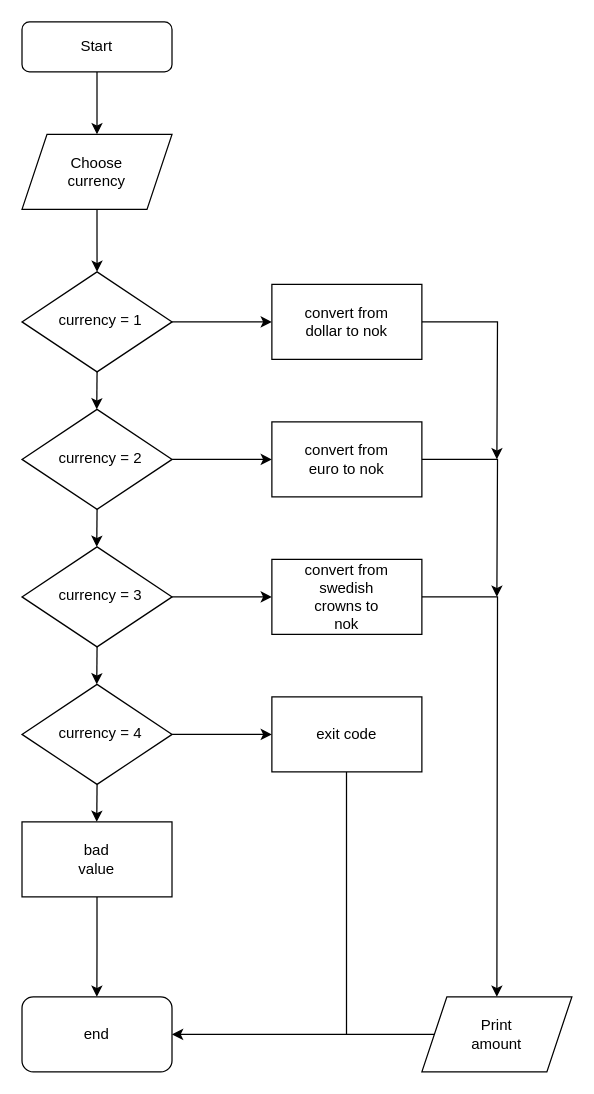
Before: Flow charts and class diagrams/Flowcharts/Currency flowchart.drawio in cakeplease/Java-homework, a draw.io diagram. Source tidied: cells renumbered, new cells numbered last; positions are measured from the earlier drawing's top-left corner, leaving out a move shared by most shapes. Both pictures are drawn from the tidied source at 125%, with x=0, y=0 at pixel (21, 21).
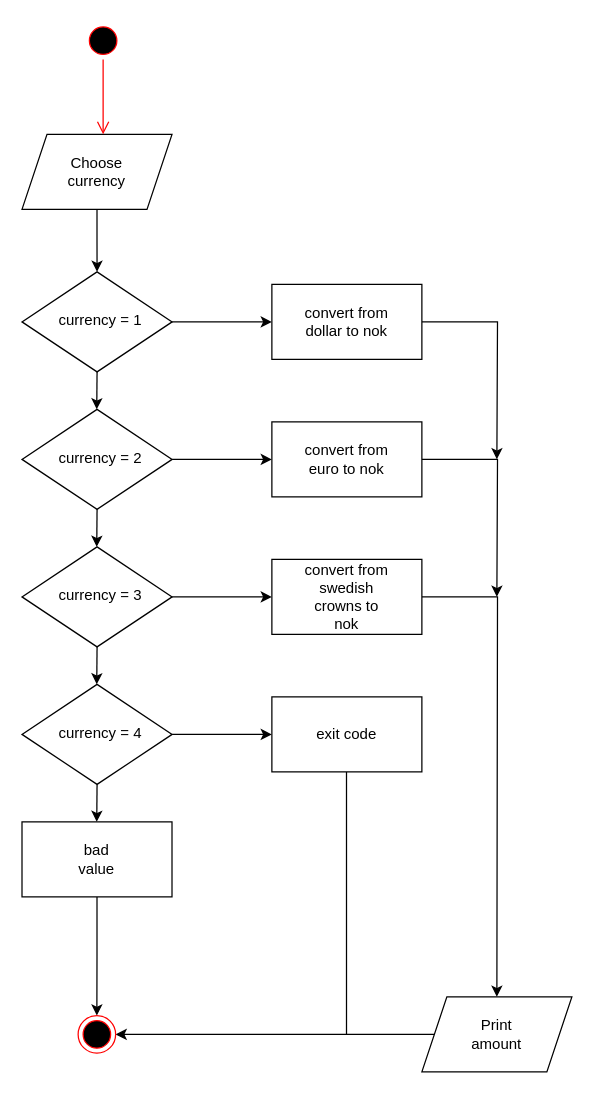
The same page after the edit.

The change refers to these unchanged cells:
```xml
<mxCell id="5" style="shape=parallelogram;perimeter=parallelogramPerimeter;whiteSpace=wrap;html=1;fixedSize=1;" parent="1" vertex="1">
  <mxGeometry x="0.1" y="90" width="120" height="60" as="geometry" />
</mxCell>
<mxCell id="35" style="rounded=0;whiteSpace=wrap;html=1;" parent="1" vertex="1">
  <mxGeometry x="0.1" y="640" width="120" height="60" as="geometry" />
</mxCell>
<mxCell id="38" style="shape=parallelogram;perimeter=parallelogramPerimeter;whiteSpace=wrap;html=1;fixedSize=1;" parent="1" vertex="1">
  <mxGeometry x="320" y="780" width="120" height="60" as="geometry" />
</mxCell>
```

Change to the diagram source:
```diff
@@
-    <mxCell id="2" style="edgeStyle=orthogonalEdgeStyle;rounded=0;jettySize=auto;html=1;" parent="1" edge="1" source="3" target="5">
-      <mxGeometry relative="1" as="geometry" />
-    </mxCell>
-    <mxCell id="3" value="Start" style="rounded=1;whiteSpace=wrap;html=1;fontSize=12;glass=0;strokeWidth=1;shadow=0;" parent="1" vertex="1">
-      <mxGeometry x="0.1" width="120" height="40" as="geometry" />
-    </mxCell>
@@
-    <mxCell id="34" style="edgeStyle=orthogonalEdgeStyle;rounded=0;jettySize=auto;html=1;" parent="1" edge="1" source="35">
-      <mxGeometry relative="1" as="geometry">
-        <mxPoint x="60" y="780" as="targetPoint" />
-      </mxGeometry>
+    <mxCell id="34" style="edgeStyle=orthogonalEdgeStyle;rounded=0;jettySize=auto;html=1;" parent="1" edge="1" source="35" target="45">
+      <mxGeometry relative="1" as="geometry" />
     </mxCell>
@@
-    <mxCell id="40" style="rounded=1;whiteSpace=wrap;html=1;" parent="1" vertex="1">
-      <mxGeometry x="0.1" y="780" width="120" height="60" as="geometry" />
-    </mxCell>
-    <mxCell id="41" value="end" style="text;html=1;strokeColor=none;fillColor=none;align=center;verticalAlign=middle;whiteSpace=wrap;rounded=0;" parent="1" vertex="1">
-      <mxGeometry x="40.1" y="800" width="40" height="20" as="geometry" />
-    </mxCell>
-    <mxCell id="42" style="endArrow=classic;html=1;entryX=1;entryY=0.5;entryDx=0;entryDy=0;exitX=0;exitY=0.5;exitDx=0;exitDy=0;" parent="1" edge="1" source="38" target="40">
+    <mxCell id="42" style="endArrow=classic;html=1;exitX=0;exitY=0.5;exitDx=0;exitDy=0;entryX=1;entryY=0.5;entryDx=0;entryDy=0;" parent="1" edge="1" source="38" target="45">
       <mxGeometry relative="1" as="geometry" />
     </mxCell>
+    <mxCell id="43" style="ellipse;html=1;shape=startState;fillColor=#000000;strokeColor=#ff0000;" parent="1" vertex="1">
+      <mxGeometry x="50" width="30" height="30" as="geometry" />
+    </mxCell>
+    <mxCell id="44" style="edgeStyle=orthogonalEdgeStyle;html=1;verticalAlign=bottom;endArrow=open;endSize=8;strokeColor=#ff0000;" parent="1" edge="1" source="43">
+      <mxGeometry relative="1" as="geometry">
+        <mxPoint x="65" y="90" as="targetPoint" />
+      </mxGeometry>
+    </mxCell>
+    <mxCell id="45" style="ellipse;html=1;shape=endState;fillColor=#000000;strokeColor=#ff0000;" parent="1" vertex="1">
+      <mxGeometry x="45" y="795" width="30" height="30" as="geometry" />
+    </mxCell>
```
